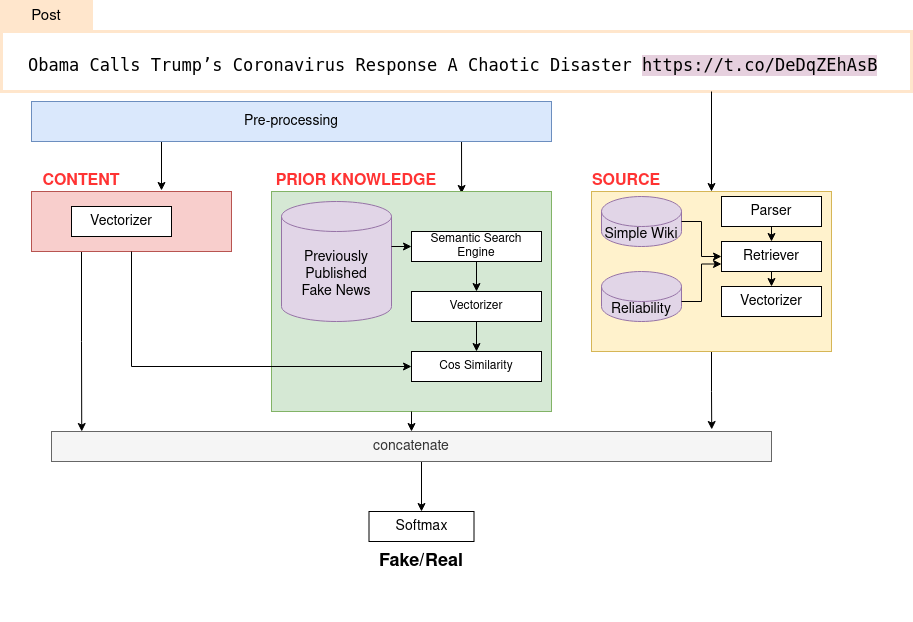
Above: images/FakeNewsDetectionFramework.png in isspek/FakeNewsDetectionFramework (draw.io), before the change. Source tidied: cells renumbered, new cells last; positions are measured from the earlier drawing's top-left corner, leaving out a move shared by most shapes.
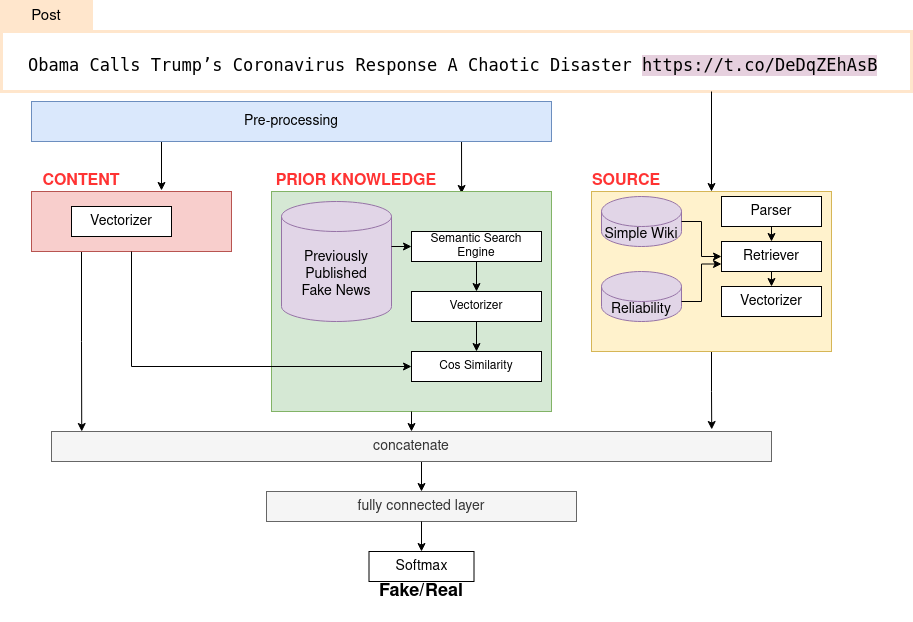
The same diagram one commit later.

The edit, as a diff of the source:
```diff
@@ -17,12 +17,12 @@
       <mxGeometry x="240" y="20" width="280" height="220" as="geometry" />
     </mxCell>
     <mxCell id="6" value="&lt;font style=&quot;font-size: 18px&quot;&gt;&lt;b&gt;Fake/Real&lt;/b&gt;&lt;/font&gt;" style="text;html=1;strokeColor=none;fillColor=none;align=center;verticalAlign=middle;whiteSpace=wrap;rounded=0;" parent="4" vertex="1">
-      <mxGeometry x="370" y="380" width="40" height="20" as="geometry" />
+      <mxGeometry x="370" y="410" width="40" height="20" as="geometry" />
     </mxCell>
     <mxCell id="7" style="endArrow=classic;html=1;" parent="4" edge="1">
       <mxGeometry relative="1" as="geometry">
         <mxPoint x="390" y="290" as="sourcePoint" />
-        <mxPoint x="390" y="340" as="targetPoint" />
+        <mxPoint x="390" y="320" as="targetPoint" />
       </mxGeometry>
     </mxCell>
     <mxCell id="8" value="&lt;font style=&quot;font-size: 14px&quot;&gt;concatenate&lt;/font&gt;" style="rounded=0;whiteSpace=wrap;html=1;fillColor=#f5f5f5;strokeColor=#666666;fontColor=#333333;" parent="4" vertex="1">
@@ -104,7 +104,7 @@
       <mxGeometry x="540" width="110" height="20" as="geometry" />
     </mxCell>
     <mxCell id="34" value="&lt;font style=&quot;font-size: 14px&quot;&gt;&lt;span style=&quot;background-color: rgb(255 , 255 , 255)&quot;&gt;&lt;font style=&quot;font-size: 14px&quot; color=&quot;#000000&quot;&gt;Softmax&lt;/font&gt;&lt;/span&gt;&lt;/font&gt;" style="rounded=0;whiteSpace=wrap;html=1;fontSize=12;fontColor=#D5E8D4;" parent="4" vertex="1">
-      <mxGeometry x="337.5" y="340" width="105" height="30" as="geometry" />
+      <mxGeometry x="337.5" y="380" width="105" height="30" as="geometry" />
     </mxCell>
     <mxCell id="35" style="endArrow=classic;html=1;" parent="4" edge="1">
       <mxGeometry relative="1" as="geometry">
@@ -112,6 +112,9 @@
         <mxPoint x="380" y="75" as="targetPoint" />
       </mxGeometry>
     </mxCell>
+    <mxCell id="40" value="&lt;font style=&quot;font-size: 14px&quot;&gt;fully connected layer&lt;/font&gt;" style="rounded=0;whiteSpace=wrap;html=1;fillColor=#f5f5f5;strokeColor=#666666;fontColor=#333333;" parent="4" vertex="1">
+      <mxGeometry x="235" y="320" width="310" height="30" as="geometry" />
+    </mxCell>
     <mxCell id="36" style="edgeStyle=orthogonalEdgeStyle;rounded=0;jettySize=auto;html=1;exitX=0.25;exitY=1;exitDx=0;exitDy=0;entryX=0.65;entryY=-0.017;entryDx=0;entryDy=0;entryPerimeter=0;" parent="1" edge="1" source="37" target="11">
       <mxGeometry relative="1" as="geometry" />
     </mxCell>
@@ -127,5 +130,10 @@
     <mxCell id="39" value="&lt;font style=&quot;font-size: 15px&quot;&gt;Post&lt;/font&gt;" style="text;html=1;fillColor=#ffe6cc;align=center;verticalAlign=middle;whiteSpace=wrap;rounded=0;strokeWidth=3;strokeColor=#FFE6CC;" parent="1" vertex="1">
       <mxGeometry width="90" height="30" as="geometry" />
     </mxCell>
+    <mxCell id="41" style="edgeStyle=orthogonalEdgeStyle;rounded=0;jettySize=auto;html=1;exitX=0.5;exitY=1;exitDx=0;exitDy=0;" parent="1" edge="1" source="40">
+      <mxGeometry relative="1" as="geometry">
+        <mxPoint x="420" y="550" as="targetPoint" />
+      </mxGeometry>
+    </mxCell>
   </root>
 </mxGraphModel>
```
